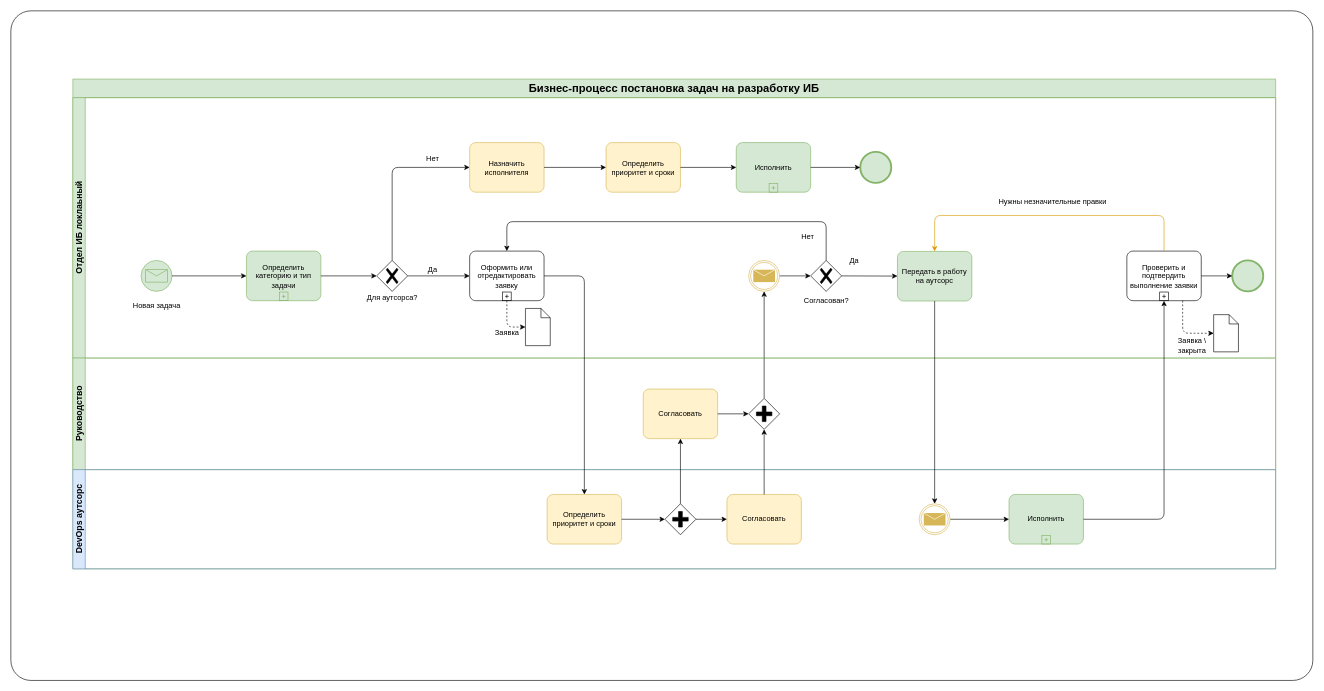
Above: Рабочие примеры артефактов/BPMN бизнес-процессы поставновки задач в ИБ.drawio in Heritager-tech/Heritager-tech (draw.io), before the change. Source tidied: cells renumbered, new cells numbered last; positions are measured from the earlier drawing's top-left corner, leaving out a move shared by most shapes. Both pictures are drawn from the tidied source at 62%, with x=0, y=0 at pixel (11, 11).
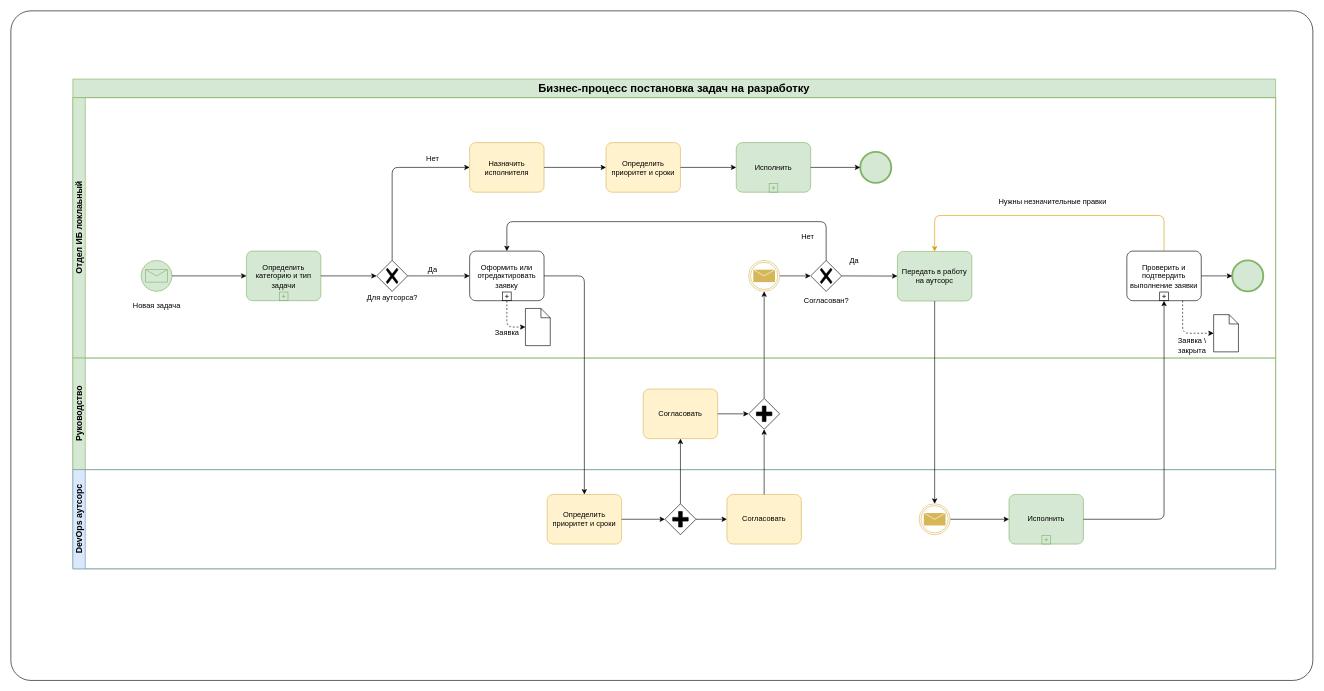
Above is the later version.

Change to the diagram source:
```diff
@@
-    <mxCell id="3" value="&lt;font style=&quot;font-size: 18px;&quot;&gt;Бизнес-процесс постановка задач на разработку ИБ&lt;/font&gt;" style="swimlane;html=1;horizontal=1;startSize=30;whiteSpace=wrap;fillStyle=auto;fillColor=#d5e8d4;strokeColor=#82b366;" parent="1" vertex="1">
+    <mxCell id="3" value="&lt;font style=&quot;font-size: 18px;&quot;&gt;Бизнес-процесс постановка задач на разработку&lt;/font&gt;" style="swimlane;html=1;horizontal=1;startSize=30;whiteSpace=wrap;fillStyle=auto;fillColor=#d5e8d4;strokeColor=#82b366;" parent="1" vertex="1">
       <mxGeometry x="100" y="110" width="1940" height="790" as="geometry" />
     </mxCell>
```
